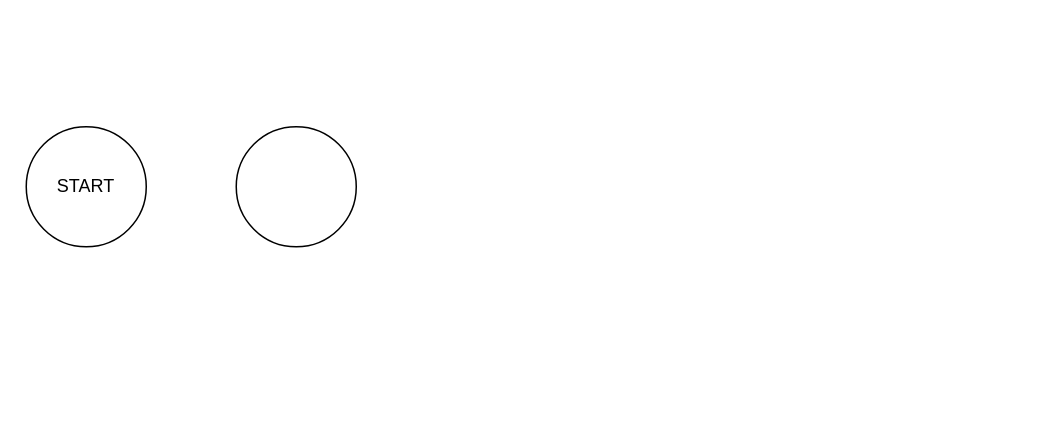
Above: Untitled Diagram.drawio in contactonee/matrix_selector_bot (draw.io), before the change. Source tidied: cells renumbered, new cells numbered last; positions are measured from the earlier drawing's top-left corner, leaving out a move shared by most shapes. Both pictures are drawn from the tidied source at 150%, with x=0, y=0 at pixel (26, 126).
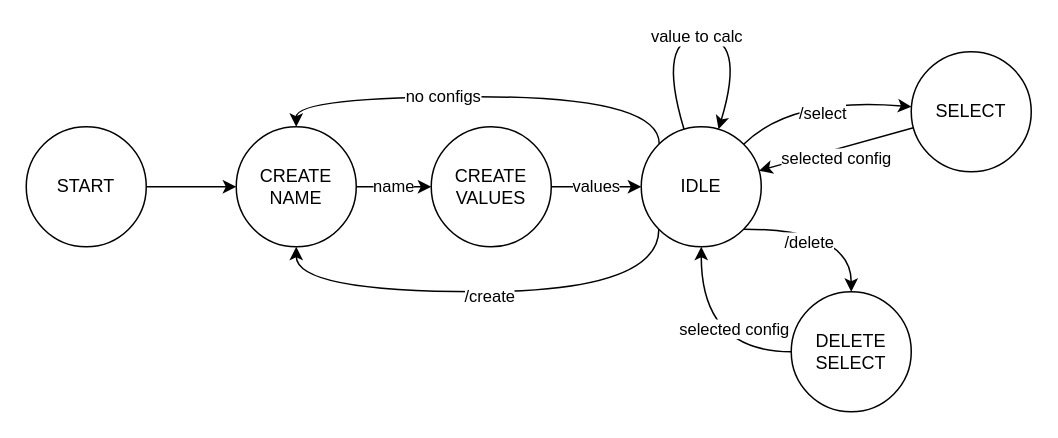
After the change.

Unchanged cells that the change refers to:
```xml
<mxCell id="2" value="START" style="ellipse;whiteSpace=wrap;html=1;" parent="1" vertex="1">
  <mxGeometry width="80" height="80" as="geometry" />
</mxCell>
```

Change to the diagram source:
```diff
@@
+    <mxCell id="4" style="edgeStyle=orthogonalEdgeStyle;rounded=0;jettySize=auto;html=1;exitX=1;exitY=0.5;exitDx=0;exitDy=0;entryX=0;entryY=0.5;entryDx=0;entryDy=0;" parent="1" edge="1" source="2" target="3">
+      <mxGeometry relative="1" as="geometry" />
+    </mxCell>
@@
+    <mxCell id="5" value="name" style="edgeStyle=orthogonalEdgeStyle;rounded=0;jettySize=auto;html=1;exitX=1;exitY=0.5;exitDx=0;exitDy=0;entryX=0;entryY=0.5;entryDx=0;entryDy=0;" parent="1" edge="1" source="3" target="7">
+      <mxGeometry relative="1" as="geometry" />
+    </mxCell>
-    <mxCell id="3" style="ellipse;whiteSpace=wrap;html=1;" parent="1" vertex="1">
+    <mxCell id="3" value="CREATE NAME" style="ellipse;whiteSpace=wrap;html=1;" parent="1" vertex="1">
       <mxGeometry x="140" width="80" height="80" as="geometry" />
     </mxCell>
+    <mxCell id="6" value="values" style="edgeStyle=orthogonalEdgeStyle;rounded=0;jettySize=auto;html=1;exitX=1;exitY=0.5;exitDx=0;exitDy=0;" parent="1" edge="1" source="7" target="14">
+      <mxGeometry relative="1" as="geometry" />
+    </mxCell>
+    <mxCell id="7" value="CREATE VALUES" style="ellipse;whiteSpace=wrap;html=1;" parent="1" vertex="1">
+      <mxGeometry x="270" width="80" height="80" as="geometry" />
+    </mxCell>
+    <mxCell id="8" style="edgeStyle=orthogonalEdgeStyle;curved=1;rounded=0;jettySize=auto;html=1;exitX=0;exitY=1;exitDx=0;exitDy=0;entryX=0.5;entryY=1;entryDx=0;entryDy=0;" parent="1" edge="1" source="14" target="3">
+      <mxGeometry relative="1" as="geometry">
+        <Array as="points">
+          <mxPoint x="422" y="110" />
+          <mxPoint x="180" y="110" />
+        </Array>
+      </mxGeometry>
+    </mxCell>
+    <mxCell id="9" value="/create" style="edgeLabel;html=1;align=center;verticalAlign=middle;" parent="8" vertex="1">
+      <mxGeometry x="-0.01" y="2" relative="1" as="geometry" />
+    </mxCell>
+    <mxCell id="10" style="edgeStyle=orthogonalEdgeStyle;curved=1;rounded=0;jettySize=auto;html=1;exitX=1;exitY=1;exitDx=0;exitDy=0;" parent="1" edge="1" source="14" target="17">
+      <mxGeometry relative="1" as="geometry" />
+    </mxCell>
+    <mxCell id="11" value="/delete" style="edgeLabel;html=1;align=center;verticalAlign=middle;" parent="10" vertex="1">
+      <mxGeometry x="-0.25" y="-8" relative="1" as="geometry" />
+    </mxCell>
+    <mxCell id="12" style="edgeStyle=orthogonalEdgeStyle;curved=1;rounded=0;jettySize=auto;html=1;" parent="1" edge="1" source="14" target="3">
+      <mxGeometry relative="1" as="geometry">
+        <Array as="points">
+          <mxPoint x="422" y="-20" />
+        </Array>
+      </mxGeometry>
+    </mxCell>
+    <mxCell id="13" value="no configs" style="edgeLabel;html=1;align=center;verticalAlign=middle;" parent="12" vertex="1">
+      <mxGeometry x="0.2" y="-1" relative="1" as="geometry" />
+    </mxCell>
+    <mxCell id="14" value="IDLE" style="ellipse;whiteSpace=wrap;html=1;" parent="1" vertex="1">
+      <mxGeometry x="410" width="80" height="80" as="geometry" />
+    </mxCell>
+    <mxCell id="15" style="edgeStyle=orthogonalEdgeStyle;curved=1;rounded=0;jettySize=auto;html=1;exitX=0;exitY=0.5;exitDx=0;exitDy=0;" parent="1" edge="1" source="17" target="14">
+      <mxGeometry relative="1" as="geometry" />
+    </mxCell>
+    <mxCell id="16" value="selected config" style="edgeLabel;html=1;align=center;verticalAlign=middle;" parent="15" vertex="1">
+      <mxGeometry x="-0.4" y="-16" relative="1" as="geometry" />
+    </mxCell>
+    <mxCell id="17" value="DELETE SELECT" style="ellipse;whiteSpace=wrap;html=1;" parent="1" vertex="1">
+      <mxGeometry x="510" y="110" width="80" height="80" as="geometry" />
+    </mxCell>
+    <mxCell id="18" value="SELECT" style="ellipse;whiteSpace=wrap;html=1;" parent="1" vertex="1">
+      <mxGeometry x="590" y="-50" width="80" height="80" as="geometry" />
+    </mxCell>
+    <mxCell id="19" style="curved=1;endArrow=classic;html=1;rounded=0;" parent="1" edge="1" source="14" target="14">
+      <mxGeometry relative="1" as="geometry">
+        <Array as="points">
+          <mxPoint x="420" y="-60" />
+          <mxPoint x="480" y="-60" />
+        </Array>
+      </mxGeometry>
+    </mxCell>
+    <mxCell id="20" value="value to calc" style="edgeLabel;html=1;align=center;verticalAlign=middle;" parent="19" vertex="1">
+      <mxGeometry x="-0.04" y="1" relative="1" as="geometry" />
+    </mxCell>
+    <mxCell id="21" style="curved=1;endArrow=classic;html=1;rounded=0;" parent="1" edge="1" source="14" target="18">
+      <mxGeometry relative="1" as="geometry">
+        <Array as="points">
+          <mxPoint x="510" y="-20" />
+        </Array>
+      </mxGeometry>
+    </mxCell>
+    <mxCell id="22" value="/select" style="edgeLabel;html=1;align=center;verticalAlign=middle;" parent="21" vertex="1">
+      <mxGeometry x="-0.04" y="1" relative="1" as="geometry">
+        <mxPoint x="5" y="10" as="offset" />
+      </mxGeometry>
+    </mxCell>
+    <mxCell id="23" style="curved=1;endArrow=classic;html=1;rounded=0;" parent="1" edge="1" source="18" target="14">
+      <mxGeometry relative="1" as="geometry" />
+    </mxCell>
+    <mxCell id="24" value="selected config" style="edgeLabel;html=1;align=center;verticalAlign=middle;" parent="23" vertex="1">
+      <mxGeometry x="-0.04" y="1" relative="1" as="geometry">
+        <mxPoint x="-3" y="5" as="offset" />
+      </mxGeometry>
+    </mxCell>
```
